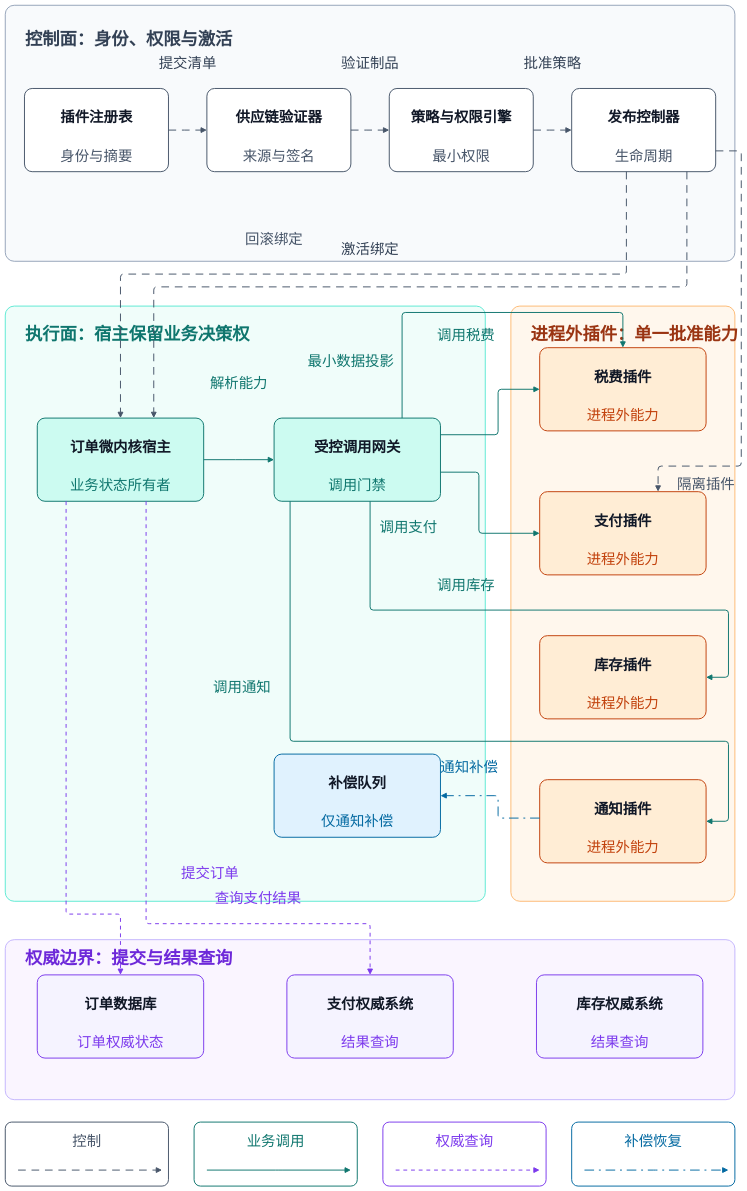
The draw.io diagram diagrams/sty-10-microkernel-order-plugins.drawio in sealday/tego-arch, before the edit. Source tidied: cells renumbered, new cells numbered last; positions are measured from the earlier drawing's top-left corner, leaving out a move shared by most shapes. Both pictures are drawn from the tidied source at 32%, with x=0, y=0 at pixel (5, 5).
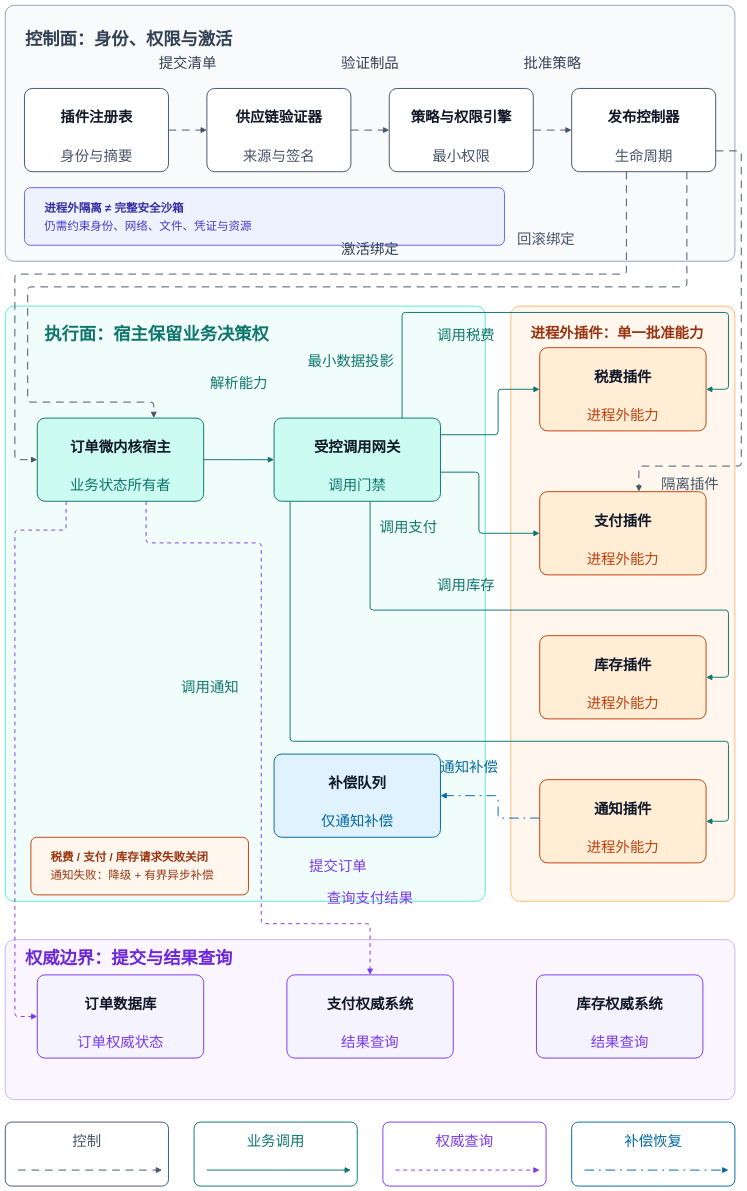
The same diagram, later.

Commit message (it also covers changes not shown here):
docs: clarify STY-10 diagram boundaries

The change refers to these unchanged cells:
```xml
<mxCell id="17" style="semanticRole=node-shape;shape=rectangle;rounded=1;absoluteArcSize=1;arcSize=48;fillColor=#FFFFFF;strokeColor=#475569;strokeWidth=3;textOpacity=0;" parent="1" vertex="1">
  <mxGeometry x="1770" y="260" width="450" height="260" as="geometry" />
</mxCell>
<mxCell id="18" style="semanticRole=node-shape;shape=rectangle;rounded=1;absoluteArcSize=1;arcSize=48;fillColor=#CCFBF1;strokeColor=#0F766E;strokeWidth=3;textOpacity=0;" parent="1" vertex="1">
  <mxGeometry x="100" y="1290" width="520" height="260" as="geometry" />
</mxCell>
<mxCell id="19" style="semanticRole=node-shape;shape=rectangle;rounded=1;absoluteArcSize=1;arcSize=48;fillColor=#CCFBF1;strokeColor=#0F766E;strokeWidth=3;textOpacity=0;" parent="1" vertex="1">
  <mxGeometry x="840" y="1290" width="520" height="260" as="geometry" />
</mxCell>
<mxCell id="21" style="semanticRole=node-shape;shape=rectangle;rounded=1;absoluteArcSize=1;arcSize=48;fillColor=#FFEDD5;strokeColor=#C2410C;strokeWidth=3;textOpacity=0;" parent="1" vertex="1">
  <mxGeometry x="1670" y="1070" width="520" height="260" as="geometry" />
</mxCell>
<mxCell id="22" style="semanticRole=node-shape;shape=rectangle;rounded=1;absoluteArcSize=1;arcSize=48;fillColor=#FFEDD5;strokeColor=#C2410C;strokeWidth=3;textOpacity=0;" parent="1" vertex="1">
  <mxGeometry x="1670" y="1520" width="520" height="260" as="geometry" />
</mxCell>
<mxCell id="25" style="semanticRole=node-shape;shape=rectangle;rounded=1;absoluteArcSize=1;arcSize=48;fillColor=#F5F3FF;strokeColor=#7C3AED;strokeWidth=3;textOpacity=0;" parent="1" vertex="1">
  <mxGeometry x="100" y="3030" width="520" height="260" as="geometry" />
</mxCell>
<mxCell id="26" style="semanticRole=node-shape;shape=rectangle;rounded=1;absoluteArcSize=1;arcSize=48;fillColor=#F5F3FF;strokeColor=#7C3AED;strokeWidth=3;textOpacity=0;" parent="1" vertex="1">
  <mxGeometry x="880" y="3030" width="520" height="260" as="geometry" />
</mxCell>
```

The edit, as a diff of the source:
```diff
@@
     <mxCell id="7" value="执行面：宿主保留业务决策权" style="semanticRole=region-label;strokeColor=none;fillColor=none;fontSize=54;fontStyle=1;fontFamily=Arial;fontColor=#0F766E;align=left;verticalAlign=middle;" parent="1" vertex="1">
-      <mxGeometry x="60" y="980" width="1000" height="80" as="geometry" />
+      <mxGeometry x="120" y="980" width="1000" height="80" as="geometry" />
     </mxCell>
-    <mxCell id="8" value="进程外插件：单一批准能力" style="semanticRole=region-label;strokeColor=none;fillColor=none;fontSize=54;fontStyle=1;fontFamily=Arial;fontColor=#9A3412;align=left;verticalAlign=middle;" parent="1" vertex="1">
-      <mxGeometry x="1640" y="980" width="580" height="80" as="geometry" />
+    <mxCell id="8" value="进程外插件：单一批准能力" style="semanticRole=region-label;strokeColor=none;fillColor=none;fontSize=45;fontStyle=1;fontFamily=Arial;fontColor=#9A3412;align=left;verticalAlign=middle;" parent="1" vertex="1">
+      <mxGeometry x="1640" y="980" width="600" height="80" as="geometry" />
     </mxCell>
@@
+    <mxCell id="102" style="semanticRole=note-card;noteRegion=control-plane;shape=rectangle;rounded=1;absoluteArcSize=1;arcSize=36;fillColor=#EEF2FF;strokeColor=#6366F1;strokeWidth=3;textOpacity=0;" parent="1" vertex="1">
+      <mxGeometry x="60" y="570" width="1500" height="180" as="geometry" />
+    </mxCell>
+    <mxCell id="103" value="进程外隔离 ≠ 完整安全沙箱" style="semanticRole=note-text;strokeColor=none;fillColor=none;fontSize=36;fontStyle=1;fontFamily=Arial;fontColor=#3730A3;align=left;verticalAlign=middle;" parent="1" vertex="1">
+      <mxGeometry x="120" y="598" width="1320" height="60" as="geometry" />
+    </mxCell>
+    <mxCell id="104" value="仍需约束身份、网络、文件、凭证与资源" style="semanticRole=note-text;strokeColor=none;fillColor=none;fontSize=36;fontFamily=Arial;fontColor=#4338CA;align=left;verticalAlign=middle;" parent="1" vertex="1">
+      <mxGeometry x="120" y="655" width="1320" height="60" as="geometry" />
+    </mxCell>
+    <mxCell id="105" style="semanticRole=note-card;noteRegion=execution-plane;shape=rectangle;rounded=1;absoluteArcSize=1;arcSize=36;fillColor=#FFF7ED;strokeColor=#C2410C;strokeWidth=3;textOpacity=0;" parent="1" vertex="1">
+      <mxGeometry x="80" y="2600" width="680" height="180" as="geometry" />
+    </mxCell>
+    <mxCell id="106" value="税费 / 支付 / 库存请求失败关闭" style="semanticRole=note-text;strokeColor=none;fillColor=none;fontSize=36;fontStyle=1;fontFamily=Arial;fontColor=#9A3412;align=left;verticalAlign=middle;" parent="1" vertex="1">
+      <mxGeometry x="140" y="2628" width="560" height="60" as="geometry" />
+    </mxCell>
+    <mxCell id="107" value="通知失败：降级 + 有界异步补偿" style="semanticRole=note-text;strokeColor=none;fillColor=none;fontSize=36;fontFamily=Arial;fontColor=#9A3412;align=left;verticalAlign=middle;" parent="1" vertex="1">
+      <mxGeometry x="140" y="2685" width="560" height="60" as="geometry" />
+    </mxCell>
@@
-    <mxCell id="71" style="semanticRole=control;strokeColor=#475569;strokeWidth=3;dashed=1;dashPattern=8 6;endArrow=block;endFill=1;endSize=12;exitX=0.38;exitY=1;exitDx=0;exitDy=0;exitPerimeter=1;entryX=0.5;entryY=0;entryDx=0;entryDy=0;entryPerimeter=1;" parent="1" edge="1" source="17" target="18">
+    <mxCell id="71" style="semanticRole=control;strokeColor=#475569;strokeWidth=3;dashed=1;dashPattern=8 6;endArrow=block;endFill=1;endSize=12;exitX=0.38;exitY=1;exitDx=0;exitDy=0;exitPerimeter=1;entryX=0;entryY=0.5;entryDx=0;entryDy=0;entryPerimeter=1;" parent="1" edge="1" source="17" target="18">
       <mxGeometry relative="1" as="geometry">
         <Array as="points">
           <mxPoint x="1941" y="840" />
-          <mxPoint x="360" y="840" />
+          <mxPoint x="30" y="840" />
+          <mxPoint x="30" y="1420" />
         </Array>
       </mxGeometry>
     </mxCell>
@@
-    <mxCell id="74" style="semanticRole=invocation;strokeColor=#0F766E;strokeWidth=3;dashed=0;dashPattern=;endArrow=block;endFill=1;endSize=12;exitX=0.7692307692;exitY=0;exitDx=0;exitDy=0;exitPerimeter=1;entryX=0.5;entryY=0;entryDx=0;entryDy=0;entryPerimeter=1;" parent="1" edge="1" source="19" target="21">
+    <mxCell id="74" style="semanticRole=invocation;strokeColor=#0F766E;strokeWidth=3;dashed=0;dashPattern=;endArrow=block;endFill=1;endSize=12;exitX=0.7692307692;exitY=0;exitDx=0;exitDy=0;exitPerimeter=1;entryX=1;entryY=0.5;entryDx=0;entryDy=0;entryPerimeter=1;" parent="1" edge="1" source="19" target="21">
       <mxGeometry relative="1" as="geometry">
         <Array as="points">
           <mxPoint x="1240" y="960" />
-          <mxPoint x="1930" y="960" />
+          <mxPoint x="2260" y="960" />
+          <mxPoint x="2260" y="1200" />
         </Array>
       </mxGeometry>
     </mxCell>
@@
-    <mxCell id="78" style="semanticRole=authority;strokeColor=#7C3AED;strokeWidth=3;dashed=1;dashPattern=4 4;endArrow=block;endFill=1;endSize=12;exitX=0.1730769231;exitY=1;exitDx=0;exitDy=0;exitPerimeter=1;entryX=0.5;entryY=0;entryDx=0;entryDy=0;entryPerimeter=1;" parent="1" edge="1" source="18" target="25">
+    <mxCell id="78" style="semanticRole=authority;strokeColor=#7C3AED;strokeWidth=3;dashed=1;dashPattern=4 4;endArrow=block;endFill=1;endSize=12;exitX=0.1730769231;exitY=1;exitDx=0;exitDy=0;exitPerimeter=1;entryX=0;entryY=0.5;entryDx=0;entryDy=0;entryPerimeter=1;" parent="1" edge="1" source="18" target="25">
       <mxGeometry relative="1" as="geometry">
         <Array as="points">
-          <mxPoint x="190" y="2840" />
-          <mxPoint x="360" y="2840" />
+          <mxPoint x="190" y="1640" />
+          <mxPoint x="30" y="1640" />
+          <mxPoint x="30" y="3160" />
         </Array>
       </mxGeometry>
     </mxCell>
     <mxCell id="79" style="semanticRole=authority;strokeColor=#7C3AED;strokeWidth=3;dashed=1;dashPattern=4 4;endArrow=block;endFill=1;endSize=12;exitX=0.6538461538;exitY=1;exitDx=0;exitDy=0;exitPerimeter=1;entryX=0.5;entryY=0;entryDx=0;entryDy=0;entryPerimeter=1;" parent="1" edge="1" source="18" target="26">
       <mxGeometry relative="1" as="geometry">
         <Array as="points">
-          <mxPoint x="440" y="2870" />
+          <mxPoint x="440" y="1680" />
+          <mxPoint x="800" y="1680" />
+          <mxPoint x="800" y="2870" />
           <mxPoint x="1140" y="2870" />
         </Array>
       </mxGeometry>
     </mxCell>
@@
-    <mxCell id="81" style="semanticRole=control;strokeColor=#475569;strokeWidth=3;dashed=1;dashPattern=8 6;endArrow=block;endFill=1;endSize=12;exitX=1;exitY=0.75;exitDx=0;exitDy=0;exitPerimeter=1;entryX=0.7115384615;entryY=0;entryDx=0;entryDy=0;entryPerimeter=1;" parent="1" edge="1" source="17" target="22">
+    <mxCell id="81" style="semanticRole=control;strokeColor=#475569;strokeWidth=3;dashed=1;dashPattern=8 6;endArrow=block;endFill=1;endSize=12;exitX=1;exitY=0.75;exitDx=0;exitDy=0;exitPerimeter=1;entryX=0.5961538462;entryY=0;entryDx=0;entryDy=0;entryPerimeter=1;" parent="1" edge="1" source="17" target="22">
       <mxGeometry relative="1" as="geometry">
         <Array as="points">
           <mxPoint x="2300" y="455" />
           <mxPoint x="2300" y="1440" />
-          <mxPoint x="2040" y="1440" />
+          <mxPoint x="1980" y="1440" />
         </Array>
       </mxGeometry>
     </mxCell>
     <mxCell id="82" style="semanticRole=control;strokeColor=#475569;strokeWidth=3;dashed=1;dashPattern=8 6;endArrow=block;endFill=1;endSize=12;exitX=0.8;exitY=1;exitDx=0;exitDy=0;exitPerimeter=1;entryX=0.7;entryY=0;entryDx=0;entryDy=0;entryPerimeter=1;" parent="1" edge="1" source="17" target="18">
       <mxGeometry relative="1" as="geometry">
         <Array as="points">
           <mxPoint x="2130" y="880" />
-          <mxPoint x="464" y="880" />
+          <mxPoint x="70" y="880" />
+          <mxPoint x="70" y="1240" />
+          <mxPoint x="464" y="1240" />
         </Array>
       </mxGeometry>
     </mxCell>
@@
     <mxCell id="96" value="调用通知" style="semanticRole=edge-label;strokeColor=none;fillColor=none;fontSize=45;fontFamily=Arial;fontColor=#0F766E;align=center;" parent="1" vertex="1">
-      <mxGeometry x="650" y="2090" width="180" height="70" as="geometry" />
+      <mxGeometry x="550" y="2090" width="180" height="70" as="geometry" />
     </mxCell>
     <mxCell id="97" value="提交订单" style="semanticRole=edge-label;strokeColor=none;fillColor=none;fontSize=45;fontFamily=Arial;fontColor=#7C3AED;align=center;" parent="1" vertex="1">
-      <mxGeometry x="550" y="2670" width="180" height="70" as="geometry" />
+      <mxGeometry x="950" y="2650" width="180" height="70" as="geometry" />
     </mxCell>
     <mxCell id="98" value="查询支付结果" style="semanticRole=edge-label;strokeColor=none;fillColor=none;fontSize=45;fontFamily=Arial;fontColor=#7C3AED;align=center;" parent="1" vertex="1">
-      <mxGeometry x="655" y="2750" width="270" height="70" as="geometry" />
+      <mxGeometry x="1005" y="2750" width="270" height="70" as="geometry" />
     </mxCell>
@@
     <mxCell id="100" value="隔离插件" style="semanticRole=edge-label;strokeColor=none;fillColor=none;fontSize=45;fontFamily=Arial;fontColor=#475569;align=center;" parent="1" vertex="1">
-      <mxGeometry x="2100" y="1455" width="180" height="70" as="geometry" />
+      <mxGeometry x="2050" y="1455" width="180" height="70" as="geometry" />
     </mxCell>
     <mxCell id="101" value="回滚绑定" style="semanticRole=edge-label;strokeColor=none;fillColor=none;fontSize=45;fontFamily=Arial;fontColor=#475569;align=center;" parent="1" vertex="1">
-      <mxGeometry x="750" y="690" width="180" height="70" as="geometry" />
+      <mxGeometry x="1600" y="690" width="180" height="70" as="geometry" />
     </mxCell>
```
